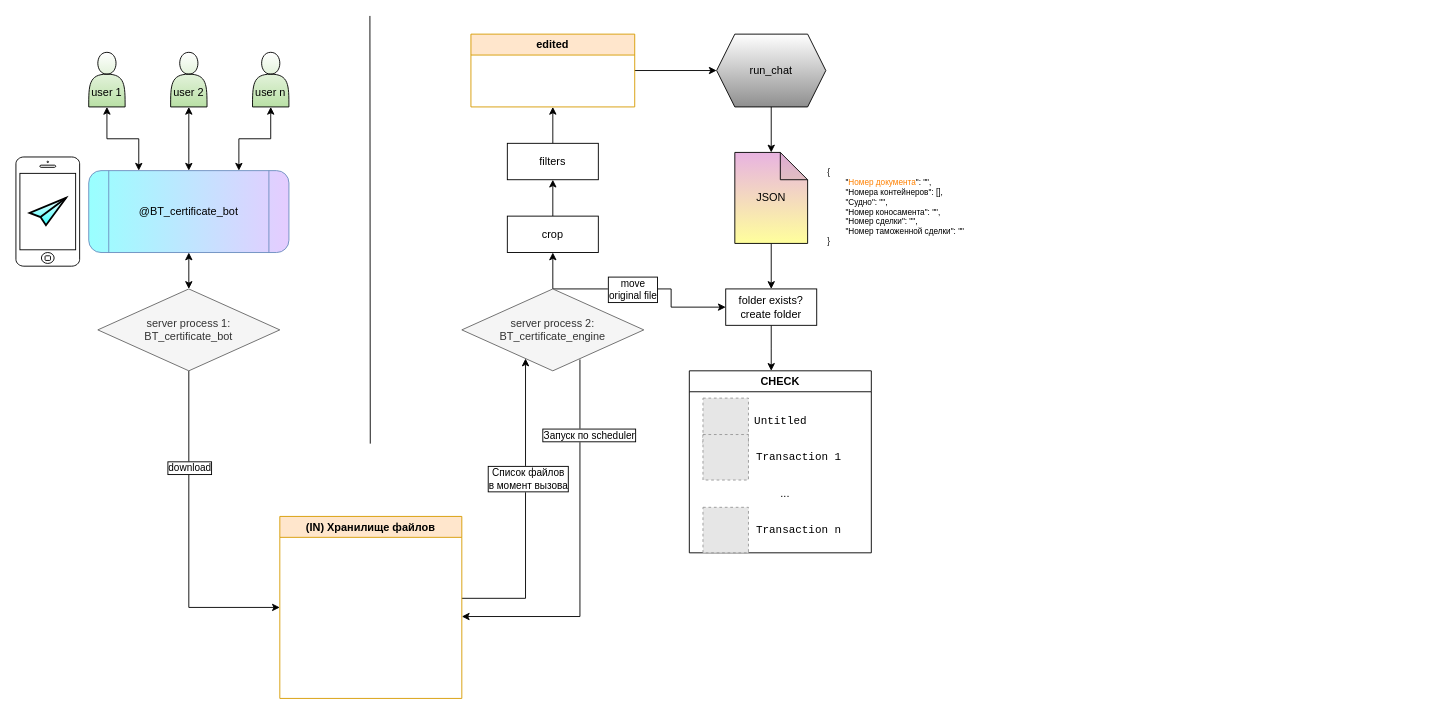
The draw.io diagram SCHEMAS/certificate_bot.drawio in maxfil333/shared, before the edit. Source tidied: cells renumbered, new cells numbered last; positions are measured from the earlier drawing's top-left corner, leaving out a move shared by most shapes. Both pictures are drawn from the tidied source at 91%, with x=0, y=0 at pixel (15, 15). Pictures stored in the file or linked from it are replaced by grey dashed boxes.
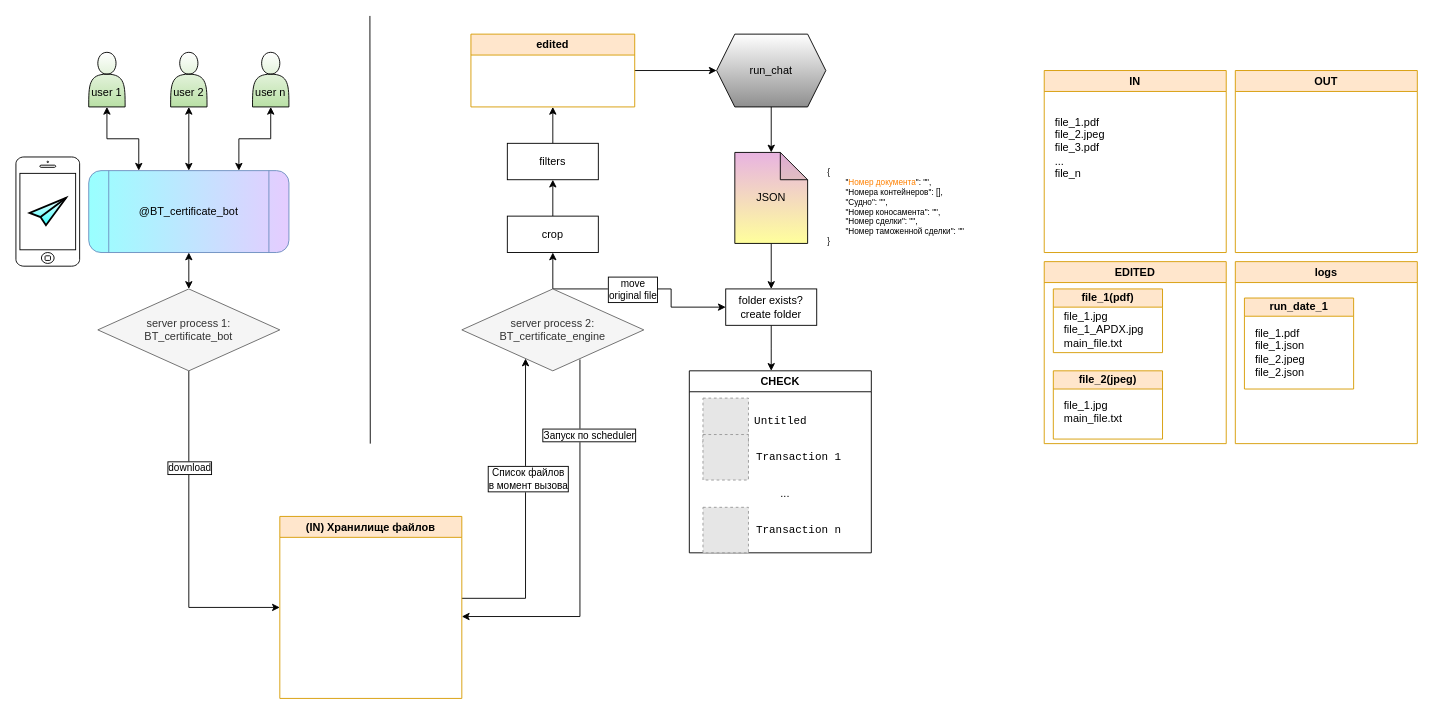
The same diagram, later.

What changed in the source:
```diff
@@
+    <mxCell id="46" value="IN" style="swimlane;whiteSpace=wrap;html=1;fillColor=#ffe6cc;strokeColor=#d79b00;" parent="1" vertex="1">
+      <mxGeometry x="1130" y="60" width="200" height="200" as="geometry" />
+    </mxCell>
+    <mxCell id="47" value="file_1.pdf&lt;div&gt;file_2.jpeg&lt;/div&gt;&lt;div&gt;file_3.pdf&lt;/div&gt;&lt;div&gt;...&lt;/div&gt;&lt;div&gt;file_n&lt;/div&gt;" style="text;html=1;align=left;verticalAlign=middle;strokeColor=none;fillColor=none;" parent="46" vertex="1">
+      <mxGeometry x="10" y="40" width="80" height="90" as="geometry" />
+    </mxCell>
+    <mxCell id="48" value="EDITED" style="swimlane;whiteSpace=wrap;html=1;fillColor=#ffe6cc;strokeColor=#d79b00;" parent="1" vertex="1">
+      <mxGeometry x="1130" y="270" width="200" height="200" as="geometry" />
+    </mxCell>
+    <mxCell id="49" value="file_1(pdf)" style="swimlane;whiteSpace=wrap;html=1;fillColor=#ffe6cc;strokeColor=#d79b00;startSize=20;" parent="48" vertex="1">
+      <mxGeometry x="10" y="30" width="120" height="70" as="geometry" />
+    </mxCell>
+    <mxCell id="50" value="file_1.jpg&lt;div&gt;file_1_APDX.jpg&lt;/div&gt;&lt;div&gt;main_file.txt&lt;/div&gt;" style="text;html=1;align=left;verticalAlign=middle;strokeColor=none;fillColor=none;" parent="49" vertex="1">
+      <mxGeometry x="10" y="15" width="110" height="60" as="geometry" />
+    </mxCell>
+    <mxCell id="51" value="file_2(jpeg)" style="swimlane;whiteSpace=wrap;html=1;fillColor=#ffe6cc;strokeColor=#d79b00;startSize=20;" parent="48" vertex="1">
+      <mxGeometry x="10" y="120" width="120" height="75" as="geometry" />
+    </mxCell>
+    <mxCell id="52" value="file_1.jpg&lt;div&gt;&lt;span style=&quot;background-color: initial;&quot;&gt;main_file.txt&lt;/span&gt;&lt;br&gt;&lt;/div&gt;" style="text;html=1;align=left;verticalAlign=middle;strokeColor=none;fillColor=none;" parent="51" vertex="1">
+      <mxGeometry x="10" y="25" width="90" height="40" as="geometry" />
+    </mxCell>
+    <mxCell id="53" value="OUT" style="swimlane;whiteSpace=wrap;html=1;fillColor=#ffe6cc;strokeColor=#d79b00;" parent="1" vertex="1">
+      <mxGeometry x="1340" y="60" width="200" height="200" as="geometry" />
+    </mxCell>
+    <mxCell id="54" value="logs" style="swimlane;whiteSpace=wrap;html=1;fillColor=#ffe6cc;strokeColor=#d79b00;" parent="1" vertex="1">
+      <mxGeometry x="1340" y="270" width="200" height="200" as="geometry" />
+    </mxCell>
+    <mxCell id="55" value="run_date_1" style="swimlane;whiteSpace=wrap;html=1;fillColor=#ffe6cc;strokeColor=#d79b00;startSize=20;" parent="1" vertex="1">
+      <mxGeometry x="1350" y="310" width="120" height="100" as="geometry" />
+    </mxCell>
+    <mxCell id="56" value="file_1.pdf&lt;div&gt;file_1.json&lt;/div&gt;&lt;div&gt;file_2.jpeg&lt;/div&gt;&lt;div&gt;file_2.json&lt;/div&gt;" style="text;html=1;align=left;verticalAlign=middle;strokeColor=none;fillColor=none;" parent="55" vertex="1">
+      <mxGeometry x="10" y="25" width="80" height="70" as="geometry" />
+    </mxCell>
```
